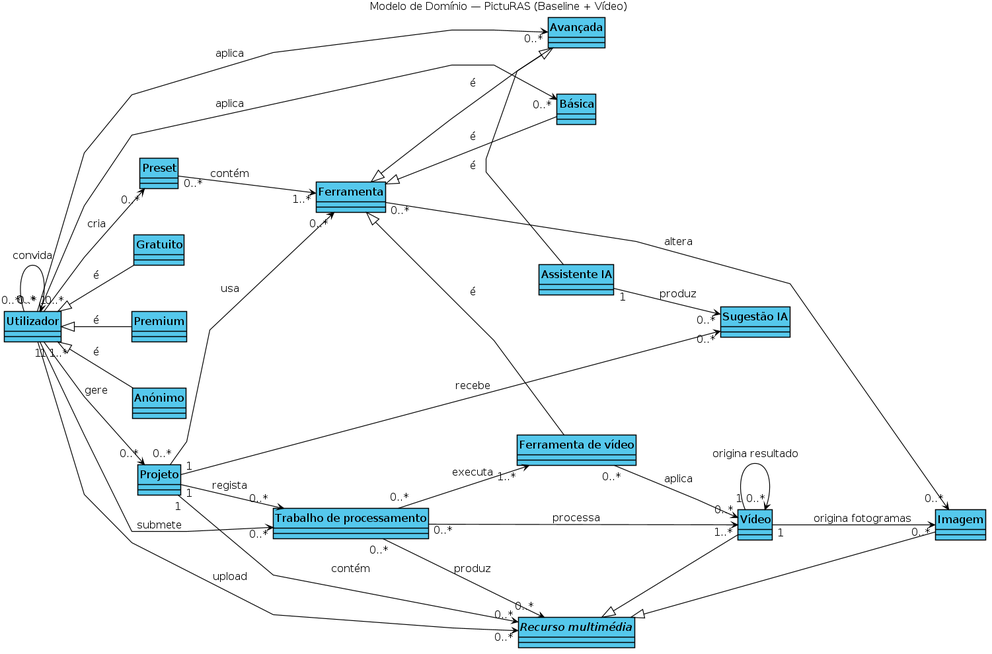
Before: docs/diagrams/modelo_dominio.png, a diagram exported from PlantUML (luis444coelho/picturas-27-extension). Its source is kept beside it as docs/diagrams/modelo_dominio.puml.
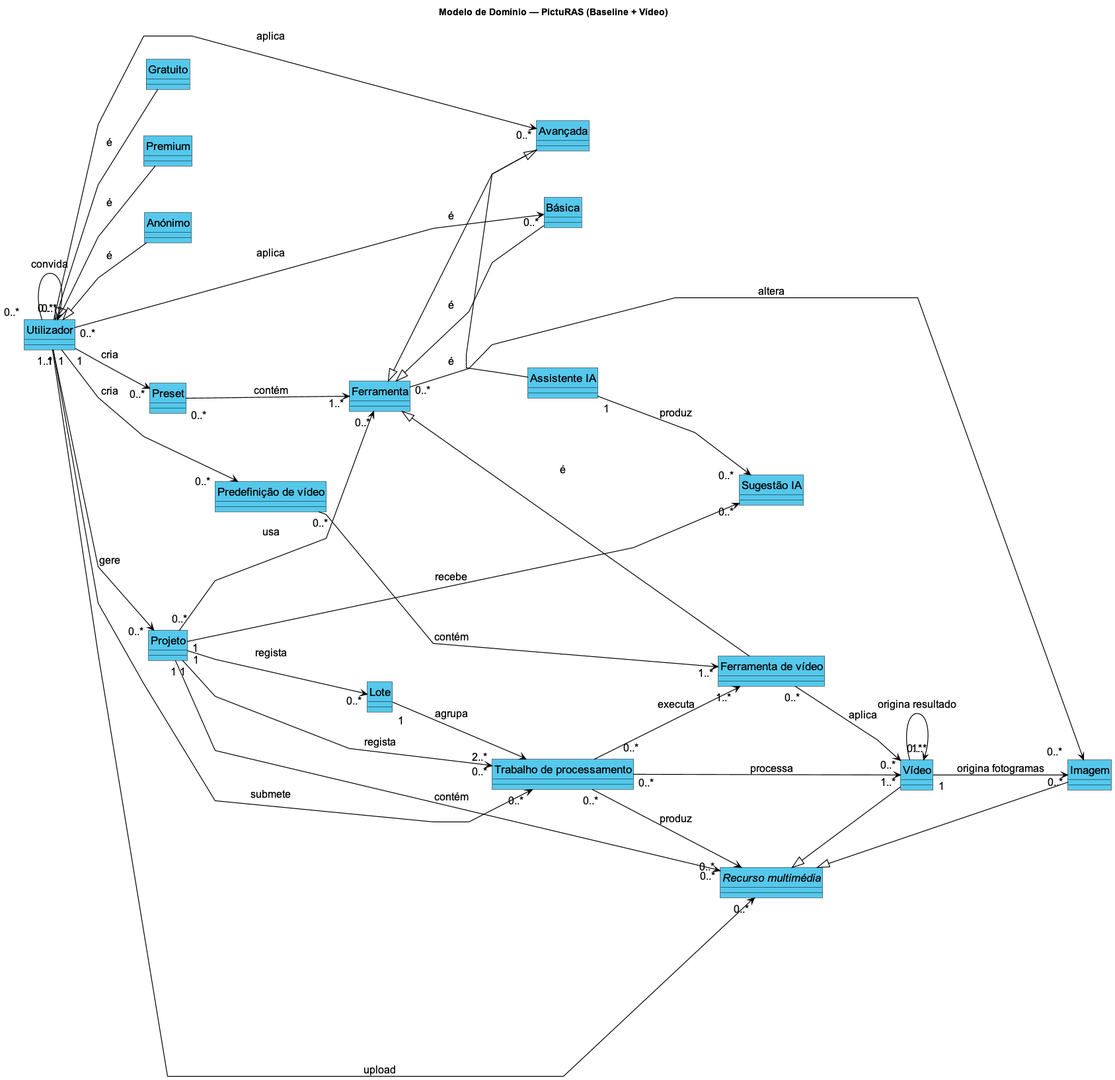
Later version of the same file.

Commit message:
docs(diagramas): Lote e Predefinição de vídeo no modelo de domínio

Acrescenta as entidades Lote e Predefinição de vídeo e a origem múltipla
do resultado da junção (ADD v1.1, T-09, 4.9); PNG regenerado.

What changed in the source:
```diff
@@ -35,6 +35,8 @@
 class "Imagem" as Imagem
 class "Vídeo" as Video
 class "Ferramenta de vídeo" as FerramentaVideo
+class "Lote" as Lote
+class "Predefinição de vídeo" as PredefinicaoVideo
 
 Gratuito -up-|> Utilizador : é
 Premium -up-|> Utilizador : é
@@ -60,11 +62,15 @@
 FerramentaVideo -up-|> Ferramenta : é
 FerramentaVideo "0..*" --> "0..*" Video : aplica
 Video "1" --> "0..*" Imagem : origina fotogramas
-Video "1" --> "0..*" Video : origina resultado
+Video "1..*" --> "0..*" Video : origina resultado
 Projeto "1" --> "0..*" Trabalho : regista
 Utilizador "1" --> "0..*" Trabalho : submete
 Trabalho "0..*" --> "1..*" Video : processa
 Trabalho "0..*" --> "0..*" Recurso : produz
 Trabalho "0..*" --> "1..*" FerramentaVideo : executa
+Projeto "1" --> "0..*" Lote : regista
+Lote "1" --> "2..*" Trabalho : agrupa
+Utilizador "1" --> "0..*" PredefinicaoVideo : cria
+PredefinicaoVideo "0..*" --> "1..*" FerramentaVideo : contém
 
 @enduml
```
